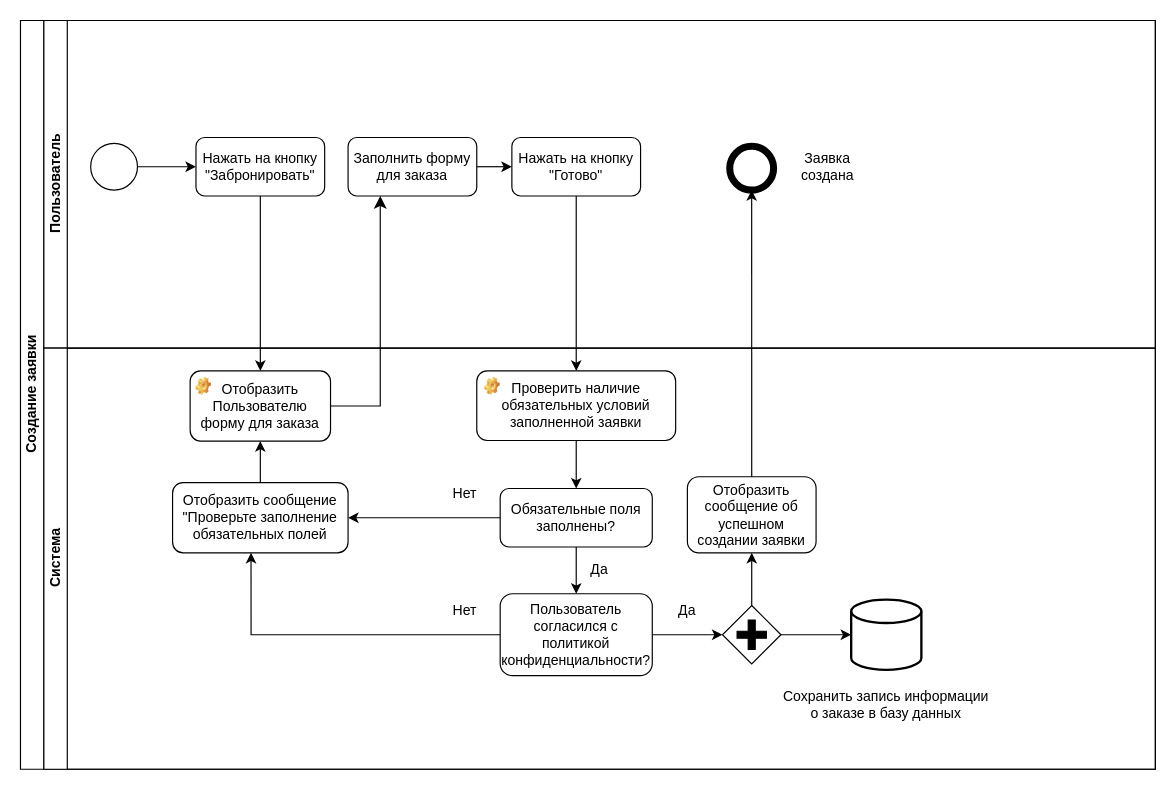
This is BPMN_study.drawio from pytonuserouner/UML_study, a draw.io file, before an edit. Source tidied: cells renumbered, new cells numbered last; positions are measured from the earlier drawing's top-left corner, leaving out a move shared by most shapes. Both pictures are drawn from the tidied source at 117%, with x=0, y=0 at pixel (20, 20).
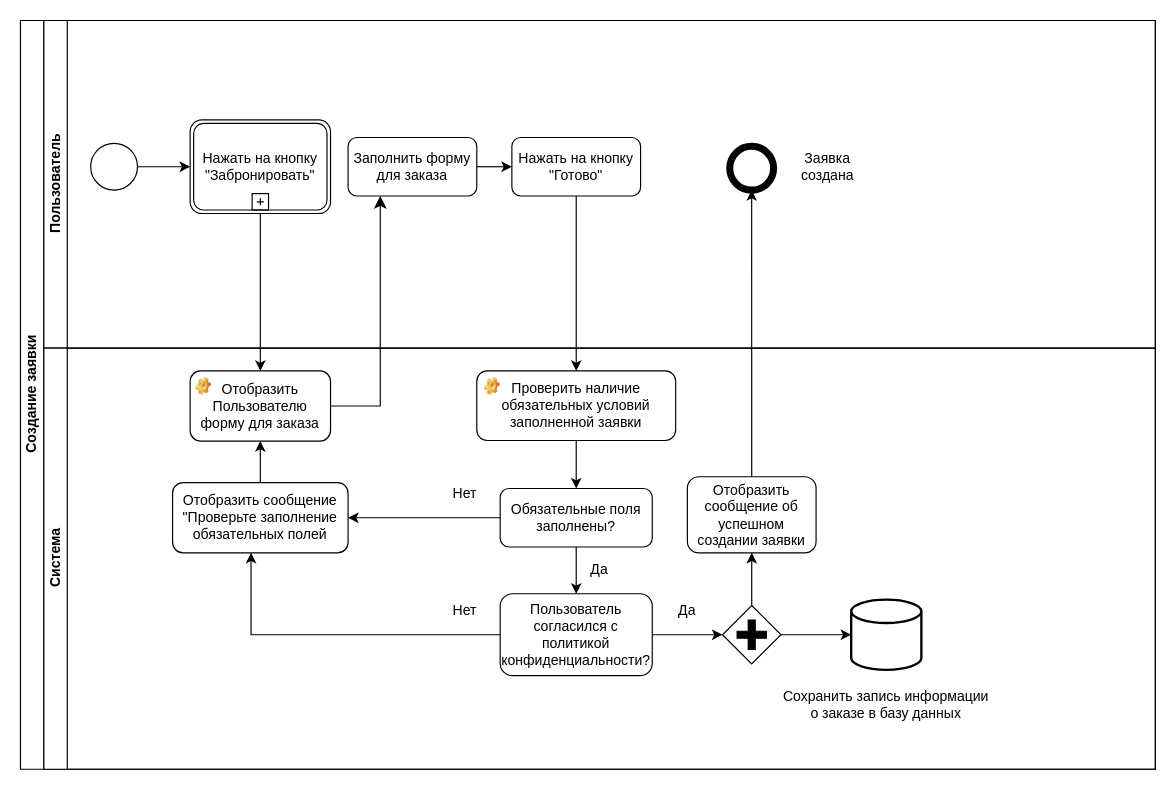
The same diagram, later.

Unchanged cells that the change refers to:
```xml
<mxCell id="2" value="Создание заявки" style="swimlane;html=1;horizontal=0;startSize=20;" parent="1" vertex="1">
  <mxGeometry width="970" height="640" as="geometry" />
</mxCell>
<mxCell id="3" value="Пользователь" style="swimlane;html=1;startSize=20;horizontal=0;" parent="2" vertex="1">
  <mxGeometry x="20" width="950" height="280" as="geometry" />
</mxCell>
<mxCell id="4" style="ellipse;whiteSpace=wrap;html=1;" parent="3" vertex="1">
  <mxGeometry x="40" y="105" width="40" height="40" as="geometry" />
</mxCell>
<mxCell id="15" value="Отобразить Пользователю форму для заказа" style="rounded=1;whiteSpace=wrap;html=1;" parent="14" vertex="1">
  <mxGeometry x="125" y="19.5" width="120" height="60" as="geometry" />
</mxCell>
```

Change to the diagram source:
```diff
@@
-    <mxCell id="5" value="Нажать на кнопку &quot;Забронировать&quot;" style="rounded=1;whiteSpace=wrap;html=1;" parent="3" vertex="1">
-      <mxGeometry x="130" y="100" width="110" height="50" as="geometry" />
-    </mxCell>
-    <mxCell id="6" style="endArrow=classic;html=1;rounded=0;exitX=1;exitY=0.5;exitDx=0;exitDy=0;entryX=0;entryY=0.5;entryDx=0;entryDy=0;" parent="3" edge="1" source="4" target="5">
+    <mxCell id="6" style="endArrow=classic;html=1;rounded=0;exitX=1;exitY=0.5;exitDx=0;exitDy=0;entryX=0;entryY=0.5;entryDx=0;entryDy=0;entryPerimeter=0;" parent="3" edge="1" source="4" target="5">
       <mxGeometry relative="1" as="geometry" />
     </mxCell>
@@
+    <mxCell id="5" value="Нажать на кнопку &quot;Забронировать&quot;" style="points=[[0.25,0,0],[0.5,0,0],[0.75,0,0],[1,0.25,0],[1,0.5,0],[1,0.75,0],[0.75,1,0],[0.5,1,0],[0.25,1,0],[0,0.75,0],[0,0.5,0],[0,0.25,0]];shape=mxgraph.bpmn.task;whiteSpace=wrap;rectStyle=rounded;size=10;html=1;taskMarker=abstract;bpmnShapeType=transaction;isLoopSub=1;" parent="3" vertex="1">
+      <mxGeometry x="125" y="85" width="120" height="80" as="geometry" />
+    </mxCell>
-    <mxCell id="12" style="endArrow=classic;html=1;rounded=0;exitX=0.5;exitY=1;exitDx=0;exitDy=0;entryX=0.5;entryY=0;entryDx=0;entryDy=0;" parent="2" edge="1" source="5" target="15">
+    <mxCell id="12" style="endArrow=classic;html=1;rounded=0;exitX=0.5;exitY=1;exitDx=0;exitDy=0;entryX=0.5;entryY=0;entryDx=0;entryDy=0;exitPerimeter=0;" parent="2" edge="1" source="5" target="15">
       <mxGeometry relative="1" as="geometry" />
     </mxCell>
```
